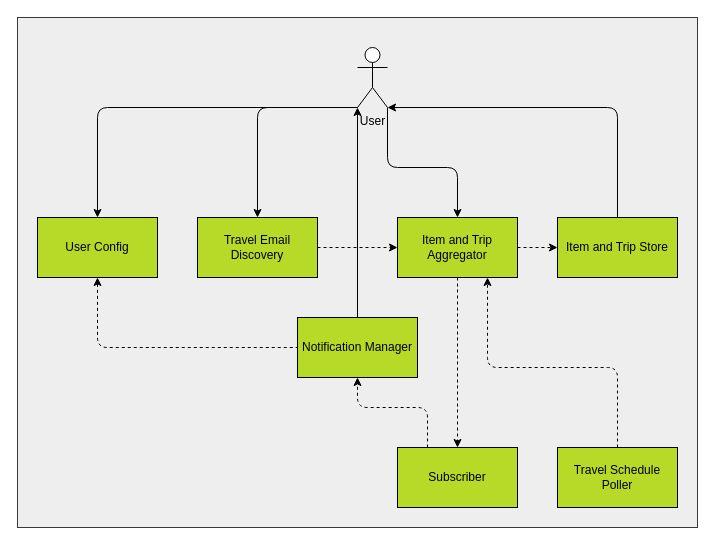
This is page "Logical Architecture" (2 of 2) of diagrams/sources/theRoadWarrior.drawio from Guilbert12/Kata2023_team_onion, a draw.io file, before an edit. Source tidied: cells renumbered, new cells numbered last; positions are measured from the earlier drawing's top-left corner, leaving out a move shared by most shapes. Both pictures are drawn from the tidied source at 100%, with x=0, y=0 at pixel (17, 17).
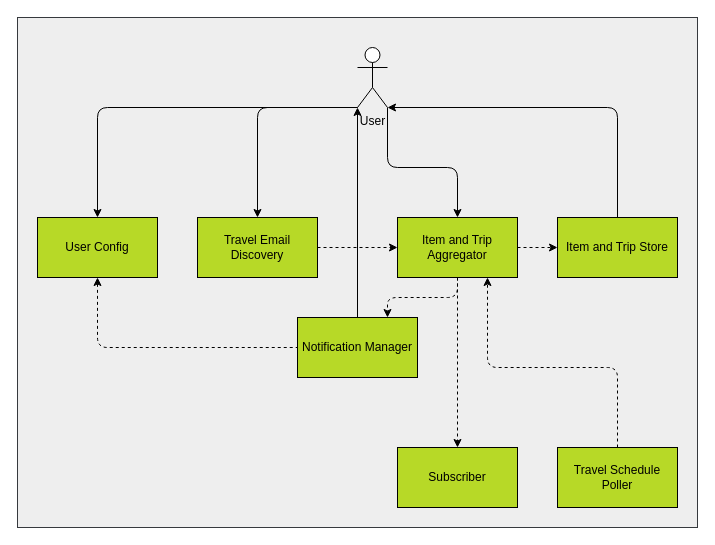
The same diagram, later.

Unchanged cells that the change refers to:
```xml
<mxCell id="6" value="Item and Trip Aggregator" style="rounded=0;whiteSpace=wrap;html=1;fillColor=#B7D927;strokeColor=#000000;" parent="1" vertex="1">
  <mxGeometry x="380" y="200" width="120" height="60" as="geometry" />
</mxCell>
<mxCell id="8" value="Subscriber" style="rounded=0;whiteSpace=wrap;html=1;fillColor=#B7D927;strokeColor=#000000;" parent="1" vertex="1">
  <mxGeometry x="380" y="430" width="120" height="60" as="geometry" />
</mxCell>
<mxCell id="10" value="Notification Manager" style="rounded=0;whiteSpace=wrap;html=1;fillColor=#B7D927;strokeColor=#000000;" parent="1" vertex="1">
  <mxGeometry x="280" y="300" width="120" height="60" as="geometry" />
</mxCell>
```

Change to the diagram source:
```diff
@@
-    <mxCell id="18" style="endArrow=classic;html=1;strokeColor=#000000;fontFamily=Atkinson Hyperlegible;exitX=0.25;exitY=0;exitDx=0;exitDy=0;entryX=0.5;entryY=1;entryDx=0;entryDy=0;dashed=1;" parent="1" edge="1" source="8" target="10">
+    <mxCell id="18" style="endArrow=classic;html=1;strokeColor=#000000;fontFamily=Atkinson Hyperlegible;exitX=0.5;exitY=1;exitDx=0;exitDy=0;entryX=0.75;entryY=0;entryDx=0;entryDy=0;dashed=1;" parent="1" edge="1" source="6" target="10">
       <mxGeometry relative="1" as="geometry">
         <Array as="points">
-          <mxPoint x="410" y="390" />
-          <mxPoint x="340" y="390" />
+          <mxPoint x="440" y="280" />
+          <mxPoint x="370" y="280" />
         </Array>
       </mxGeometry>
     </mxCell>
```
